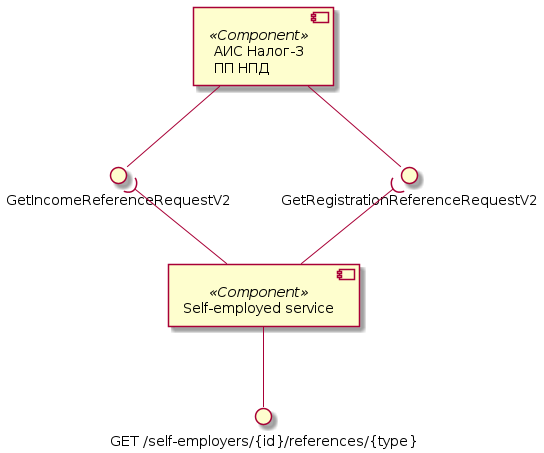
Earlier version of the PlantUML export assets/images/diagrams/self-employed-service/components/references-components.png (RaikBitters/ibank-internal-services). Its diagram source:
```plantuml
@startuml references-components

component "АИС Налог-3\nПП НПД" as Tax3 <<Component>>
interface "GetRegistrationReferenceRequestV2" as GetRegistrationReference
interface "GetIncomeReferenceRequestV2" as GetIncomeReference

Tax3 --() GetRegistrationReference
Tax3 --() GetIncomeReference

component "Self-employed service" as SelfEmplService <<Component>>
interface "GET /self-employers/{id}/references/{type}" as getReference

SelfEmplService --() getReference

SelfEmplService -up-( GetRegistrationReference
SelfEmplService -up-( GetIncomeReference

@enduml
```
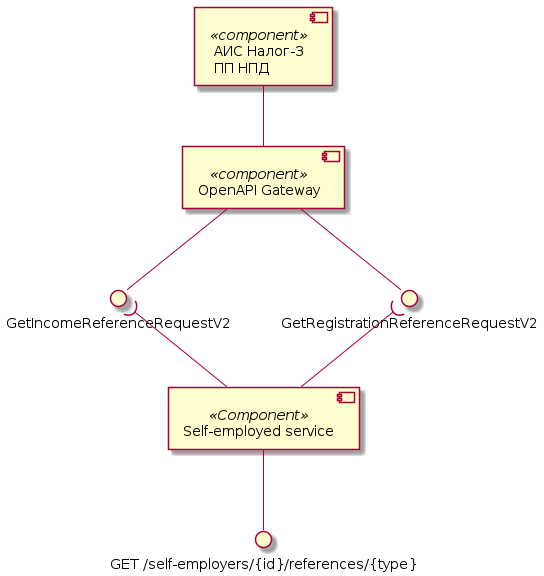
Later version of the same file.

Commit message:
Updated self-empl components diagram.

Change to the diagram source:
```diff
@@ -1,11 +1,13 @@
 @startuml references-components
 
-component "АИС Налог-3\nПП НПД" as Tax3 <<Component>>
+component "АИС Налог-3\nПП НПД" as Tax3 <<component>>
+component "OpenAPI Gateway" as OpenAPI <<component>>
 interface "GetRegistrationReferenceRequestV2" as GetRegistrationReference
 interface "GetIncomeReferenceRequestV2" as GetIncomeReference
 
-Tax3 --() GetRegistrationReference
-Tax3 --() GetIncomeReference
+Tax3 -- OpenAPI
+OpenAPI --() GetRegistrationReference
+OpenAPI --() GetIncomeReference
 
 component "Self-employed service" as SelfEmplService <<Component>>
 interface "GET /self-employers/{id}/references/{type}" as getReference
```
